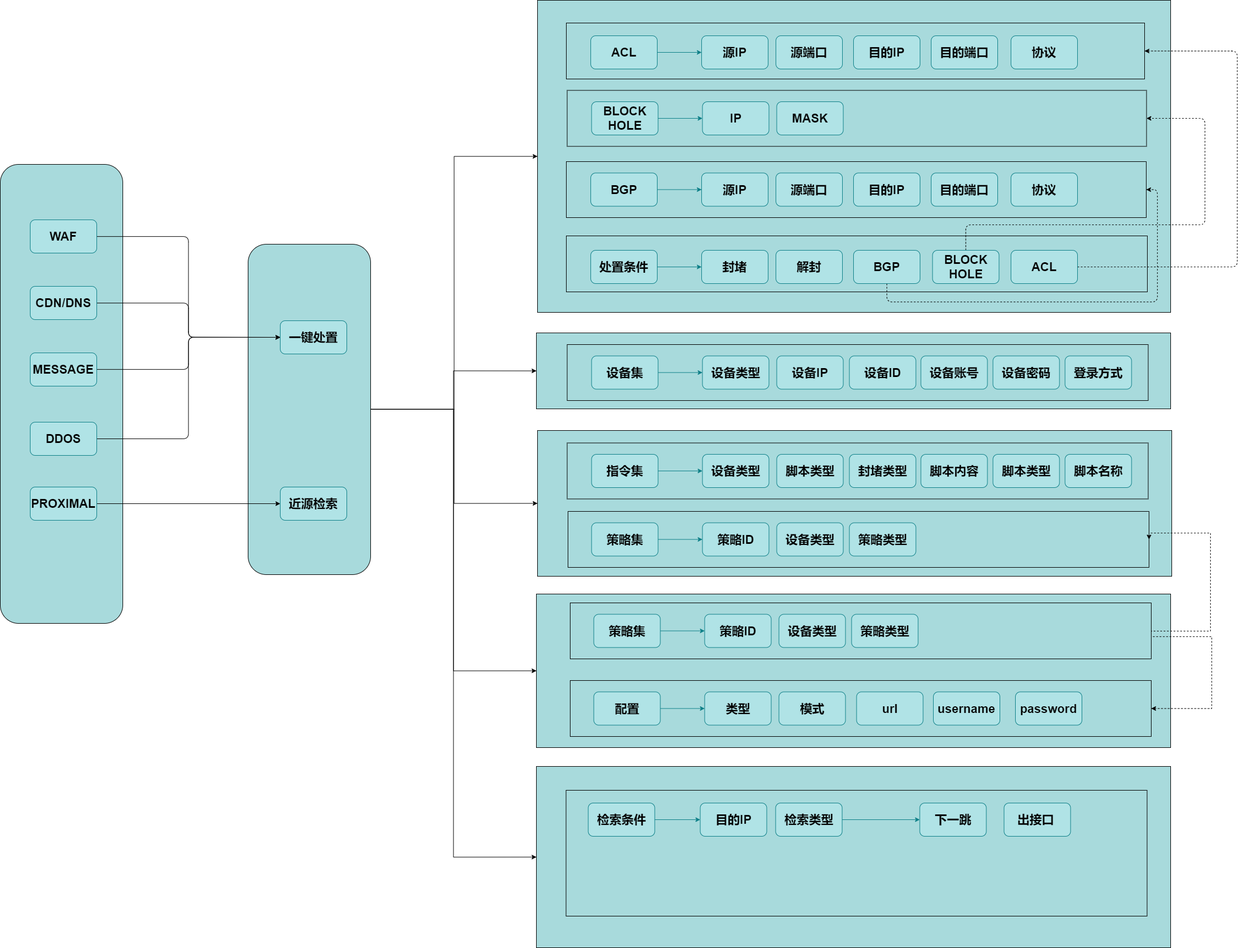
Before: emer-model/emer_action.png, a diagram exported from draw.io (scdays/asset). Source tidied: cells renumbered, new cells last; positions are measured from the earlier drawing's top-left corner, leaving out a move shared by most shapes.
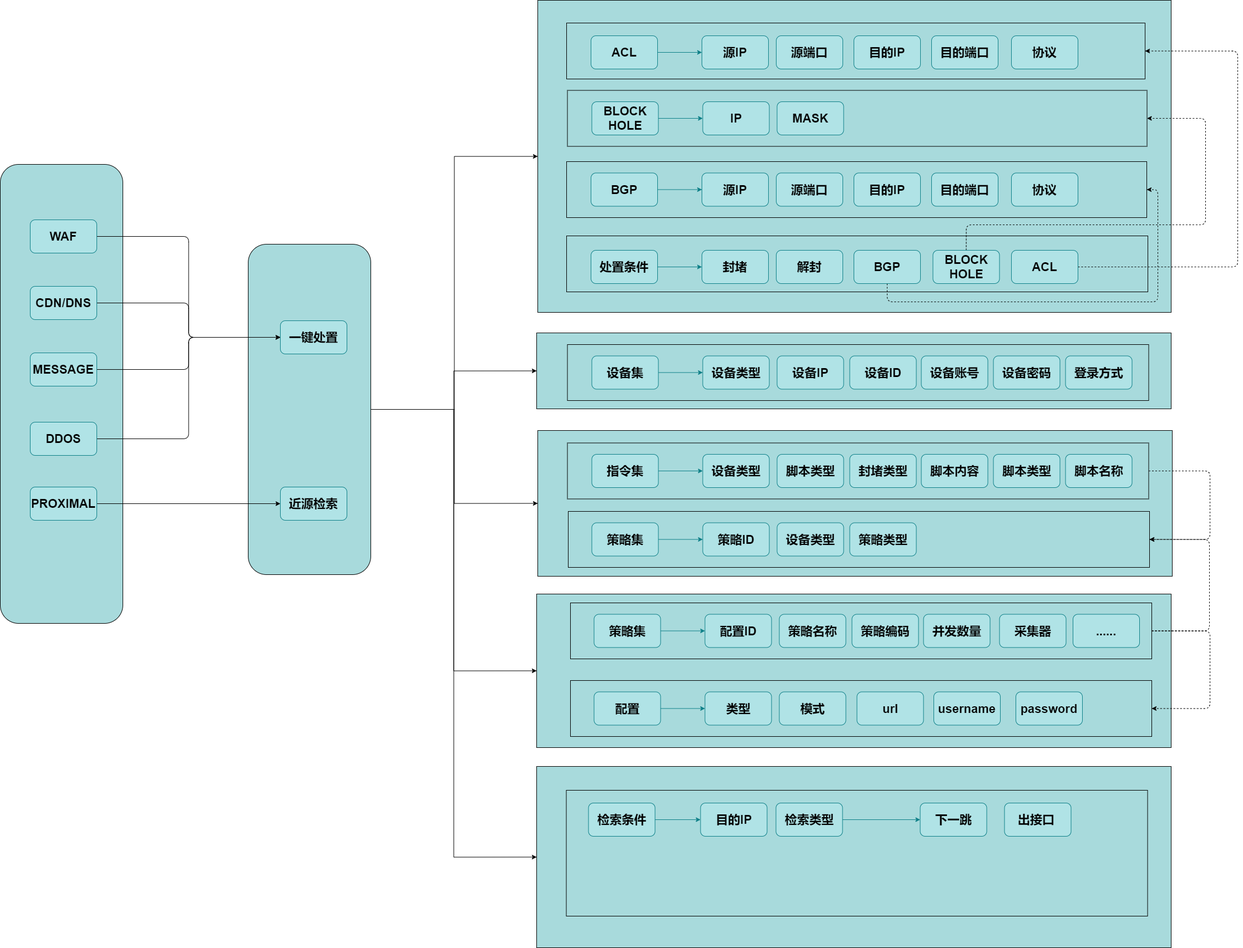
The same file after the commit.

Change to the diagram source:
```diff
@@ -44,6 +44,14 @@
     <mxCell id="15" style="rounded=0;whiteSpace=wrap;shadow=0;sketch=0;fillColor=#A8DADC;fontSize=22;fontColor=#1D3557;fontStyle=1;horizontal=1;verticalAlign=middle;align=center;labelBackgroundColor=none;html=1;" parent="1" vertex="1">
       <mxGeometry x="1022.5" y="621" width="1048" height="101" as="geometry" />
     </mxCell>
+    <mxCell id="106" style="edgeStyle=orthogonalEdgeStyle;rounded=1;jettySize=auto;html=1;exitX=1;exitY=0.5;exitDx=0;exitDy=0;entryX=1;entryY=0.5;entryDx=0;entryDy=0;dashed=1;" parent="1" edge="1" source="16" target="5">
+      <mxGeometry relative="1" as="geometry">
+        <Array as="points">
+          <mxPoint x="2181" y="849" />
+          <mxPoint x="2181" y="973" />
+        </Array>
+      </mxGeometry>
+    </mxCell>
     <mxCell id="16" style="rounded=0;whiteSpace=wrap;shadow=0;sketch=0;fillColor=#A8DADC;fontSize=22;fontColor=#1D3557;fontStyle=1;horizontal=1;verticalAlign=middle;align=center;labelBackgroundColor=none;html=1;" parent="1" vertex="1">
       <mxGeometry x="1022.5" y="798.5" width="1048" height="101" as="geometry" />
     </mxCell>
@@ -307,24 +315,6 @@
     <mxCell id="97" value="password" style="whiteSpace=wrap;fontSize=22;spacing=3;rounded=1;labelBackgroundColor=none;shadow=0;sketch=0;fillColor=#b0e3e6;strokeColor=#0e8088;fontStyle=1;horizontal=1;verticalAlign=middle;align=center;html=1;" parent="1" vertex="1">
       <mxGeometry x="1831" y="1247.5" width="120" height="60" as="geometry" />
     </mxCell>
-    <mxCell id="98" style="edgeStyle=orthogonalEdgeStyle;rounded=0;jettySize=auto;html=1;exitX=1;exitY=0.75;exitDx=0;exitDy=0;dashed=1;entryX=1;entryY=0.5;entryDx=0;entryDy=0;" parent="1" edge="1" source="100" target="90">
-      <mxGeometry relative="1" as="geometry">
-        <Array as="points">
-          <mxPoint x="2076" y="1148" />
-          <mxPoint x="2185" y="1148" />
-          <mxPoint x="2185" y="1278" />
-        </Array>
-      </mxGeometry>
-    </mxCell>
-    <mxCell id="99" style="edgeStyle=orthogonalEdgeStyle;rounded=0;jettySize=auto;html=1;exitX=1;exitY=0.25;exitDx=0;exitDy=0;entryX=1;entryY=0.5;entryDx=0;entryDy=0;dashed=1;" parent="1" edge="1" source="100" target="5">
-      <mxGeometry relative="1" as="geometry">
-        <Array as="points">
-          <mxPoint x="2076" y="1138" />
-          <mxPoint x="2183" y="1138" />
-          <mxPoint x="2183" y="961" />
-        </Array>
-      </mxGeometry>
-    </mxCell>
     <mxCell id="100" style="rounded=0;whiteSpace=wrap;shadow=0;sketch=0;fillColor=#A8DADC;fontSize=22;fontColor=#1D3557;fontStyle=1;horizontal=1;verticalAlign=middle;align=center;labelBackgroundColor=none;html=1;" parent="1" vertex="1">
       <mxGeometry x="1028" y="1087" width="1048" height="101" as="geometry" />
     </mxCell>
@@ -334,14 +324,39 @@
     <mxCell id="102" value="策略集" style="whiteSpace=wrap;fontSize=22;spacing=3;rounded=1;labelBackgroundColor=none;shadow=0;sketch=0;fillColor=#b0e3e6;strokeColor=#0e8088;fontStyle=1;horizontal=1;verticalAlign=middle;align=center;html=1;" parent="1" vertex="1">
       <mxGeometry x="1070.5" y="1107.5" width="120" height="60" as="geometry" />
     </mxCell>
-    <mxCell id="103" value="策略ID" style="whiteSpace=wrap;fontSize=22;spacing=3;rounded=1;labelBackgroundColor=none;shadow=0;sketch=0;fillColor=#b0e3e6;strokeColor=#0e8088;fontStyle=1;horizontal=1;verticalAlign=middle;align=center;html=1;" parent="1" vertex="1">
+    <mxCell id="103" value="配置ID" style="whiteSpace=wrap;fontSize=22;spacing=3;rounded=1;labelBackgroundColor=none;shadow=0;sketch=0;fillColor=#b0e3e6;strokeColor=#0e8088;fontStyle=1;horizontal=1;verticalAlign=middle;align=center;html=1;" parent="1" vertex="1">
       <mxGeometry x="1270.5" y="1107.5" width="120" height="60" as="geometry" />
     </mxCell>
-    <mxCell id="104" value="设备类型" style="whiteSpace=wrap;fontSize=22;spacing=3;rounded=1;labelBackgroundColor=none;shadow=0;sketch=0;fillColor=#b0e3e6;strokeColor=#0e8088;fontStyle=1;horizontal=1;verticalAlign=middle;align=center;html=1;" parent="1" vertex="1">
+    <mxCell id="104" value="策略名称" style="whiteSpace=wrap;fontSize=22;spacing=3;rounded=1;labelBackgroundColor=none;shadow=0;sketch=0;fillColor=#b0e3e6;strokeColor=#0e8088;fontStyle=1;horizontal=1;verticalAlign=middle;align=center;html=1;" parent="1" vertex="1">
       <mxGeometry x="1404.5" y="1107.5" width="120" height="60" as="geometry" />
     </mxCell>
-    <mxCell id="105" value="策略类型" style="whiteSpace=wrap;fontSize=22;spacing=3;rounded=1;labelBackgroundColor=none;shadow=0;sketch=0;fillColor=#b0e3e6;strokeColor=#0e8088;fontStyle=1;horizontal=1;verticalAlign=middle;align=center;html=1;" parent="1" vertex="1">
+    <mxCell id="105" value="策略编码" style="whiteSpace=wrap;fontSize=22;spacing=3;rounded=1;labelBackgroundColor=none;shadow=0;sketch=0;fillColor=#b0e3e6;strokeColor=#0e8088;fontStyle=1;horizontal=1;verticalAlign=middle;align=center;html=1;" parent="1" vertex="1">
       <mxGeometry x="1535.5" y="1107.5" width="120" height="60" as="geometry" />
     </mxCell>
+    <mxCell id="107" value="并发数量" style="whiteSpace=wrap;fontSize=22;spacing=3;rounded=1;labelBackgroundColor=none;shadow=0;sketch=0;fillColor=#b0e3e6;strokeColor=#0e8088;fontStyle=1;horizontal=1;verticalAlign=middle;align=center;html=1;" parent="1" vertex="1">
+      <mxGeometry x="1664.5" y="1107.5" width="120" height="60" as="geometry" />
+    </mxCell>
+    <mxCell id="108" value="采集器" style="whiteSpace=wrap;fontSize=22;spacing=3;rounded=1;labelBackgroundColor=none;shadow=0;sketch=0;fillColor=#b0e3e6;strokeColor=#0e8088;fontStyle=1;horizontal=1;verticalAlign=middle;align=center;html=1;" parent="1" vertex="1">
+      <mxGeometry x="1801.5" y="1107.5" width="120" height="60" as="geometry" />
+    </mxCell>
+    <mxCell id="99" style="edgeStyle=orthogonalEdgeStyle;rounded=1;jettySize=auto;html=1;entryX=1;entryY=0.5;entryDx=0;entryDy=0;exitX=1;exitY=0.5;exitDx=0;exitDy=0;dashed=1;" parent="1" edge="1" source="100" target="5">
+      <mxGeometry relative="1" as="geometry">
+        <Array as="points">
+          <mxPoint x="2180" y="1138" />
+          <mxPoint x="2180" y="973" />
+        </Array>
+      </mxGeometry>
+    </mxCell>
+    <mxCell id="98" style="edgeStyle=orthogonalEdgeStyle;rounded=1;jettySize=auto;html=1;entryX=1;entryY=0.5;entryDx=0;entryDy=0;dashed=1;exitX=1;exitY=0.5;exitDx=0;exitDy=0;" parent="1" edge="1" source="100" target="90">
+      <mxGeometry relative="1" as="geometry">
+        <Array as="points">
+          <mxPoint x="2181" y="1138" />
+          <mxPoint x="2181" y="1278" />
+        </Array>
+      </mxGeometry>
+    </mxCell>
+    <mxCell id="109" value="......" style="whiteSpace=wrap;fontSize=22;spacing=3;rounded=1;labelBackgroundColor=none;shadow=0;sketch=0;fillColor=#b0e3e6;strokeColor=#0e8088;fontStyle=1;horizontal=1;verticalAlign=middle;align=center;html=1;" parent="1" vertex="1">
+      <mxGeometry x="1934" y="1107.5" width="120" height="60" as="geometry" />
+    </mxCell>
   </root>
 </mxGraphModel>
```
